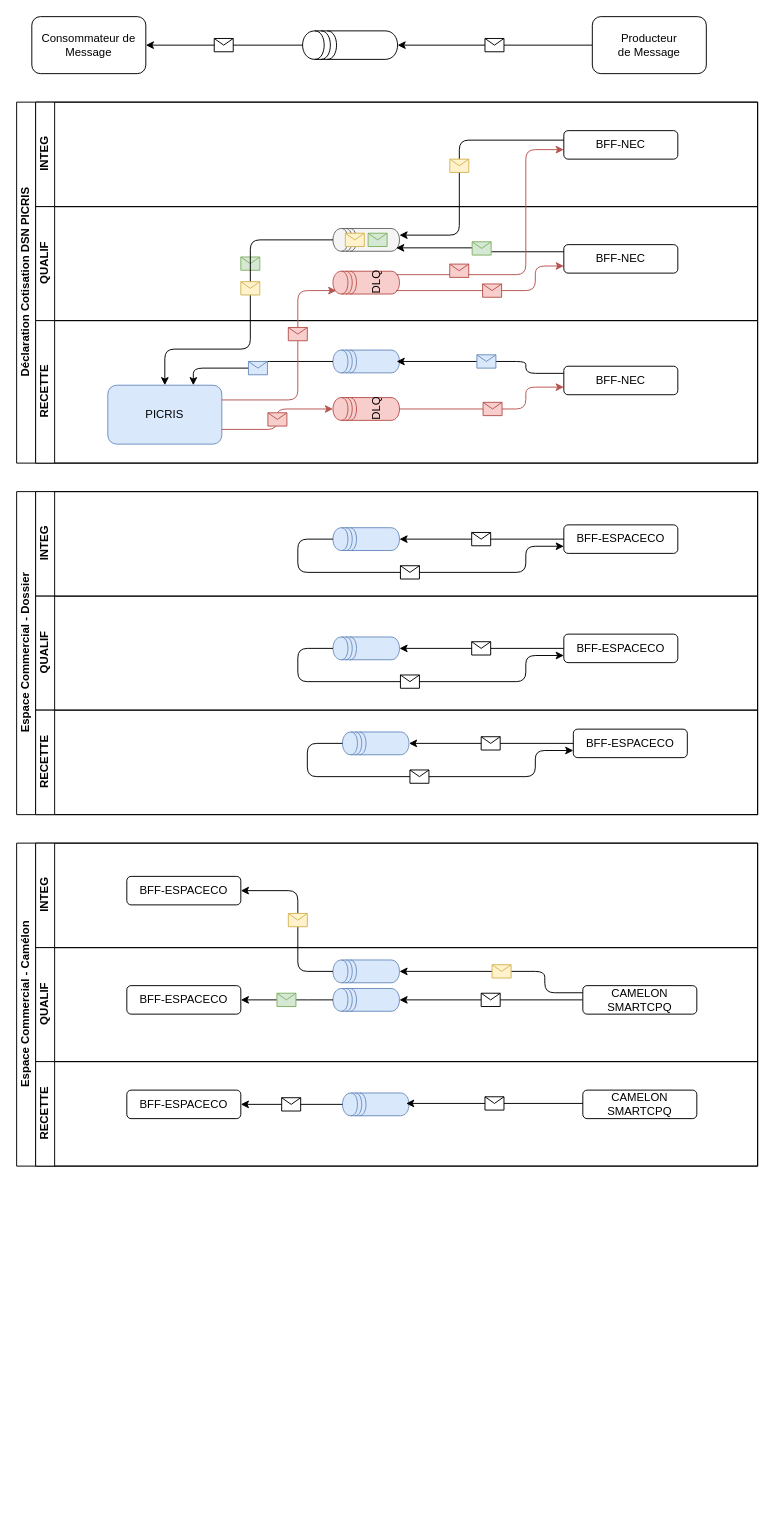
This is exemples-JMS.drawio from vdupain/draw.io, a draw.io file, before an edit. Source tidied: cells renumbered, new cells numbered last; positions are measured from the earlier drawing's top-left corner, leaving out a move shared by most shapes. Both pictures are drawn from the tidied source at 95%, with x=0, y=0 at pixel (16, -3). Pictures stored in the file or linked from it are replaced by grey dashed boxes.
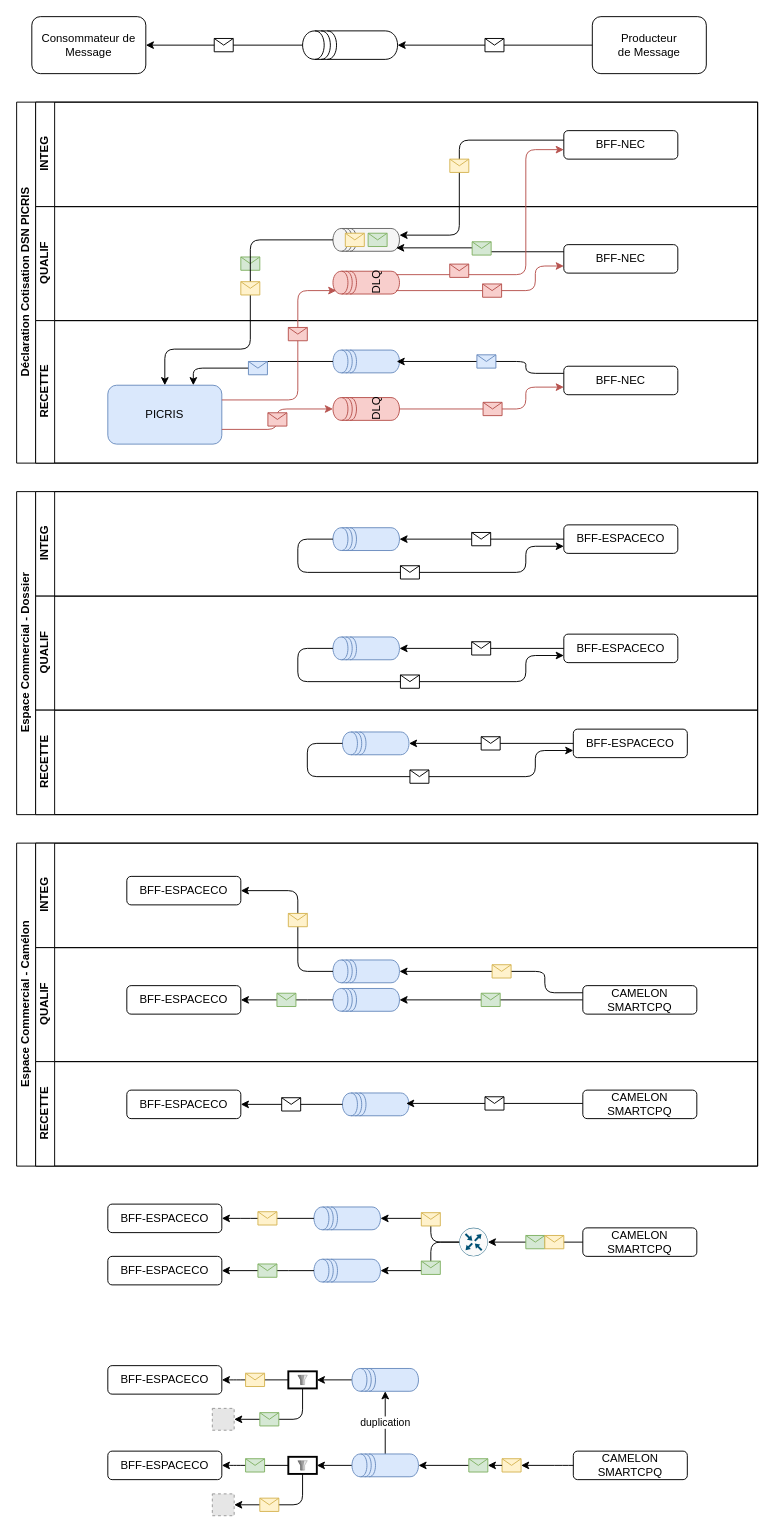
After the change.

The change refers to these unchanged cells:
```xml
<mxCell id="72" style="endArrow=classic;html=1;strokeColor=#000000;edgeStyle=orthogonalEdgeStyle;entryX=0.5;entryY=1;entryDx=0;entryDy=0;exitX=0;exitY=0.5;exitDx=0;exitDy=0;" parent="69" edge="1" source="74" target="71">
  <mxGeometry relative="1" as="geometry" />
</mxCell>
```

What changed in the source:
```diff
@@
-    <mxCell id="73" style="shape=message;html=1;" parent="72" vertex="1">
+    <mxCell id="73" style="shape=message;html=1;fillColor=#d5e8d4;strokeColor=#82b366;" parent="72" vertex="1">
       <mxGeometry width="20" height="14" relative="1" as="geometry">
         <mxPoint x="-10" y="-7" as="offset" />
       </mxGeometry>
     </mxCell>
@@
+    <mxCell id="90" value="BFF-ESPACECO" style="rounded=1;whiteSpace=wrap;html=1;" parent="1" vertex="1">
+      <mxGeometry x="96" y="1270" width="120" height="30" as="geometry" />
+    </mxCell>
+    <mxCell id="91" value="BFF-ESPACECO" style="rounded=1;whiteSpace=wrap;html=1;" parent="1" vertex="1">
+      <mxGeometry x="96" y="1325" width="120" height="30" as="geometry" />
+    </mxCell>
+    <mxCell id="92" style="shape=datastore;whiteSpace=wrap;html=1;rotation=-90;fillColor=#dae8fc;strokeColor=#6c8ebf;" parent="1" vertex="1">
+      <mxGeometry x="336" y="1305" width="24" height="70" as="geometry" />
+    </mxCell>
+    <mxCell id="93" style="endArrow=classic;html=1;strokeColor=#000000;edgeStyle=orthogonalEdgeStyle;entryX=0.5;entryY=1;entryDx=0;entryDy=0;exitX=0;exitY=0.5;exitDx=0;exitDy=0;" parent="1" edge="1" source="101" target="92">
+      <mxGeometry relative="1" as="geometry">
+        <Array as="points">
+          <mxPoint x="436" y="1310" />
+          <mxPoint x="436" y="1340" />
+        </Array>
+      </mxGeometry>
+    </mxCell>
+    <mxCell id="94" style="shape=message;html=1;fillColor=#d5e8d4;strokeColor=#82b366;" parent="93" vertex="1">
+      <mxGeometry width="20" height="14" relative="1" as="geometry">
+        <mxPoint x="-10" y="-7" as="offset" />
+      </mxGeometry>
+    </mxCell>
+    <mxCell id="95" value="CAMELON SMARTCPQ" style="rounded=1;whiteSpace=wrap;html=1;" parent="1" vertex="1">
+      <mxGeometry x="596" y="1295" width="120" height="30" as="geometry" />
+    </mxCell>
+    <mxCell id="96" style="endArrow=classic;html=1;strokeColor=#000000;edgeStyle=orthogonalEdgeStyle;entryX=1;entryY=0.5;entryDx=0;entryDy=0;exitX=0.5;exitY=0;exitDx=0;exitDy=0;" parent="1" edge="1" source="92" target="91">
+      <mxGeometry relative="1" as="geometry">
+        <Array as="points">
+          <mxPoint x="276" y="1340" />
+          <mxPoint x="276" y="1340" />
+        </Array>
+      </mxGeometry>
+    </mxCell>
+    <mxCell id="97" style="shape=message;html=1;fillColor=#d5e8d4;strokeColor=#82b366;" parent="96" vertex="1">
+      <mxGeometry width="20" height="14" relative="1" as="geometry">
+        <mxPoint x="-10" y="-7" as="offset" />
+      </mxGeometry>
+    </mxCell>
+    <mxCell id="98" style="shape=datastore;whiteSpace=wrap;html=1;rotation=-90;fillColor=#dae8fc;strokeColor=#6c8ebf;" parent="1" vertex="1">
+      <mxGeometry x="336" y="1250" width="24" height="70" as="geometry" />
+    </mxCell>
+    <mxCell id="99" style="endArrow=classic;html=1;strokeColor=#000000;edgeStyle=orthogonalEdgeStyle;entryX=1;entryY=0.5;entryDx=0;entryDy=0;exitX=0.5;exitY=0;exitDx=0;exitDy=0;" parent="1" edge="1" source="98" target="90">
+      <mxGeometry relative="1" as="geometry">
+        <Array as="points">
+          <mxPoint x="246" y="1285" />
+          <mxPoint x="246" y="1285" />
+        </Array>
+      </mxGeometry>
+    </mxCell>
+    <mxCell id="100" style="shape=message;html=1;fillColor=#fff2cc;strokeColor=#d6b656;" parent="99" vertex="1">
+      <mxGeometry width="20" height="14" relative="1" as="geometry">
+        <mxPoint x="-10" y="-7" as="offset" />
+      </mxGeometry>
+    </mxCell>
+    <mxCell id="101" style="points=[[0.5,0,0],[1,0.5,0],[0.5,1,0],[0,0.5,0],[0.145,0.145,0],[0.8555,0.145,0],[0.855,0.8555,0],[0.145,0.855,0]];verticalLabelPosition=bottom;html=1;verticalAlign=top;align=center;shape=mxgraph.cisco19.rect;prIcon=router;fillColor=#FAFAFA;strokeColor=#005073;" parent="1" vertex="1">
+      <mxGeometry x="466" y="1295" width="30" height="30" as="geometry" />
+    </mxCell>
+    <mxCell id="102" style="endArrow=classic;html=1;strokeColor=#000000;edgeStyle=orthogonalEdgeStyle;entryX=1;entryY=0.5;entryDx=0;entryDy=0;exitX=0;exitY=0.5;exitDx=0;exitDy=0;entryPerimeter=0;" parent="1" edge="1" source="95" target="101">
+      <mxGeometry relative="1" as="geometry" />
+    </mxCell>
+    <mxCell id="103" style="shape=message;html=1;fillColor=#d5e8d4;strokeColor=#82b366;" parent="102" vertex="1">
+      <mxGeometry width="20" height="14" relative="1" as="geometry">
+        <mxPoint x="-10" y="-7" as="offset" />
+      </mxGeometry>
+    </mxCell>
+    <mxCell id="104" style="shape=message;html=1;fillColor=#fff2cc;strokeColor=#d6b656;" parent="1" vertex="1">
+      <mxGeometry x="556" y="1303" width="20" height="14" as="geometry" />
+    </mxCell>
+    <mxCell id="105" style="endArrow=classic;html=1;strokeColor=#000000;edgeStyle=orthogonalEdgeStyle;entryX=0.5;entryY=1;entryDx=0;entryDy=0;exitX=0;exitY=0.5;exitDx=0;exitDy=0;exitPerimeter=0;" parent="1" edge="1" source="101" target="98">
+      <mxGeometry relative="1" as="geometry">
+        <Array as="points">
+          <mxPoint x="436" y="1310" />
+          <mxPoint x="436" y="1285" />
+        </Array>
+      </mxGeometry>
+    </mxCell>
+    <mxCell id="106" style="shape=message;html=1;fillColor=#fff2cc;strokeColor=#d6b656;" parent="105" vertex="1">
+      <mxGeometry width="20" height="14" relative="1" as="geometry">
+        <mxPoint x="-10" y="-7" as="offset" />
+      </mxGeometry>
+    </mxCell>
+    <mxCell id="107" value="BFF-ESPACECO" style="rounded=1;whiteSpace=wrap;html=1;" parent="1" vertex="1">
+      <mxGeometry x="96" y="1530" width="120" height="30" as="geometry" />
+    </mxCell>
+    <mxCell id="108" style="edgeStyle=orthogonalEdgeStyle;rounded=0;jettySize=auto;html=1;exitX=0.5;exitY=0;exitDx=0;exitDy=0;entryX=1;entryY=0.5;entryDx=0;entryDy=0;entryPerimeter=0;" parent="1" edge="1" source="110" target="117">
+      <mxGeometry relative="1" as="geometry" />
+    </mxCell>
+    <mxCell id="109" value="duplication" style="edgeStyle=orthogonalEdgeStyle;rounded=0;jettySize=auto;html=1;exitX=1;exitY=0.5;exitDx=0;exitDy=0;entryX=0;entryY=0.5;entryDx=0;entryDy=0;" parent="1" edge="1" source="110" target="125">
+      <mxGeometry relative="1" as="geometry" />
+    </mxCell>
+    <mxCell id="110" style="shape=datastore;whiteSpace=wrap;html=1;rotation=-90;fillColor=#dae8fc;strokeColor=#6c8ebf;" parent="1" vertex="1">
+      <mxGeometry x="376" y="1510" width="24" height="70" as="geometry" />
+    </mxCell>
+    <mxCell id="111" value="CAMELON SMARTCPQ" style="rounded=1;whiteSpace=wrap;html=1;" parent="1" vertex="1">
+      <mxGeometry x="586" y="1530" width="120" height="30" as="geometry" />
+    </mxCell>
+    <mxCell id="112" style="endArrow=classic;html=1;strokeColor=#000000;edgeStyle=orthogonalEdgeStyle;entryX=0.5;entryY=1;entryDx=0;entryDy=0;exitX=0;exitY=0.5;exitDx=0;exitDy=0;" parent="1" edge="1" source="115" target="110">
+      <mxGeometry relative="1" as="geometry" />
+    </mxCell>
+    <mxCell id="113" style="shape=message;html=1;outlineConnect=0;fillColor=#fff2cc;strokeColor=#d6b656;" parent="1" vertex="1">
+      <mxGeometry x="511" y="1538" width="20" height="14" as="geometry" />
+    </mxCell>
+    <mxCell id="114" style="endArrow=classic;html=1;strokeColor=#000000;edgeStyle=orthogonalEdgeStyle;entryX=1;entryY=0.5;entryDx=0;entryDy=0;" parent="1" edge="1" target="113">
+      <mxGeometry relative="1" as="geometry">
+        <mxPoint x="586" y="1545" as="sourcePoint" />
+        <Array as="points">
+          <mxPoint x="576" y="1545" />
+        </Array>
+      </mxGeometry>
+    </mxCell>
+    <mxCell id="115" style="shape=message;html=1;outlineConnect=0;fillColor=#d5e8d4;strokeColor=#82b366;" parent="1" vertex="1">
+      <mxGeometry x="476" y="1538" width="20" height="14" as="geometry" />
+    </mxCell>
+    <mxCell id="116" style="endArrow=classic;html=1;strokeColor=#000000;edgeStyle=orthogonalEdgeStyle;entryX=1;entryY=0.5;entryDx=0;entryDy=0;exitX=0;exitY=0.5;exitDx=0;exitDy=0;" parent="1" edge="1" source="113" target="115">
+      <mxGeometry relative="1" as="geometry" />
+    </mxCell>
+    <mxCell id="117" style="strokeWidth=2;outlineConnect=0;dashed=0;align=center;fontSize=8;verticalLabelPosition=bottom;verticalAlign=top;shape=mxgraph.eip.message_filter;fillColor=#FFFFFF;" parent="1" vertex="1">
+      <mxGeometry x="286" y="1536" width="30" height="18" as="geometry" />
+    </mxCell>
+    <mxCell id="118" style="endArrow=classic;html=1;strokeColor=#000000;edgeStyle=orthogonalEdgeStyle;entryX=1;entryY=0.5;entryDx=0;entryDy=0;exitX=0;exitY=0.5;exitDx=0;exitDy=0;exitPerimeter=0;" parent="1" edge="1" source="117" target="107">
+      <mxGeometry relative="1" as="geometry">
+        <Array as="points">
+          <mxPoint x="226" y="1545" />
+          <mxPoint x="226" y="1545" />
+        </Array>
+      </mxGeometry>
+    </mxCell>
+    <mxCell id="119" style="shape=message;html=1;fillColor=#d5e8d4;strokeColor=#82b366;" parent="118" vertex="1">
+      <mxGeometry width="20" height="14" relative="1" as="geometry">
+        <mxPoint x="-10" y="-7" as="offset" />
+      </mxGeometry>
+    </mxCell>
+    <mxCell id="120" style="fillColor=#E6E6E6;strokeColor=#999999;dashed=1;html=1;verticalAlign=top;verticalLabelPosition=bottom;labelBackgroundColor=#ffffff;" parent="1" vertex="1">
+      <mxGeometry x="206" y="1575" width="23" height="23" as="geometry" />
+    </mxCell>
+    <mxCell id="121" style="endArrow=classic;html=1;strokeColor=#000000;edgeStyle=orthogonalEdgeStyle;exitX=0.5;exitY=1;exitDx=0;exitDy=0;exitPerimeter=0;entryX=1;entryY=0.5;entryDx=0;entryDy=0;" parent="1" edge="1" source="117" target="120">
+      <mxGeometry relative="1" as="geometry">
+        <Array as="points">
+          <mxPoint x="301" y="1587" />
+        </Array>
+      </mxGeometry>
+    </mxCell>
+    <mxCell id="122" style="shape=message;html=1;fillColor=#fff2cc;strokeColor=#d6b656;" parent="121" vertex="1">
+      <mxGeometry width="20" height="14" relative="1" as="geometry">
+        <mxPoint x="-25.5" y="-7" as="offset" />
+      </mxGeometry>
+    </mxCell>
+    <mxCell id="123" value="BFF-ESPACECO" style="rounded=1;whiteSpace=wrap;html=1;" parent="1" vertex="1">
+      <mxGeometry x="96" y="1440" width="120" height="30" as="geometry" />
+    </mxCell>
+    <mxCell id="124" style="edgeStyle=orthogonalEdgeStyle;rounded=0;jettySize=auto;html=1;exitX=0.5;exitY=0;exitDx=0;exitDy=0;entryX=1;entryY=0.5;entryDx=0;entryDy=0;entryPerimeter=0;" parent="1" edge="1" source="125" target="126">
+      <mxGeometry relative="1" as="geometry" />
+    </mxCell>
+    <mxCell id="125" style="shape=datastore;whiteSpace=wrap;html=1;rotation=-90;fillColor=#dae8fc;strokeColor=#6c8ebf;" parent="1" vertex="1">
+      <mxGeometry x="376" y="1420" width="24" height="70" as="geometry" />
+    </mxCell>
+    <mxCell id="126" style="strokeWidth=2;outlineConnect=0;dashed=0;align=center;fontSize=8;verticalLabelPosition=bottom;verticalAlign=top;shape=mxgraph.eip.message_filter;fillColor=#FFFFFF;" parent="1" vertex="1">
+      <mxGeometry x="286" y="1446" width="30" height="18" as="geometry" />
+    </mxCell>
+    <mxCell id="127" style="endArrow=classic;html=1;strokeColor=#000000;edgeStyle=orthogonalEdgeStyle;entryX=1;entryY=0.5;entryDx=0;entryDy=0;exitX=0;exitY=0.5;exitDx=0;exitDy=0;exitPerimeter=0;" parent="1" edge="1" source="126" target="123">
+      <mxGeometry relative="1" as="geometry">
+        <Array as="points">
+          <mxPoint x="226" y="1455" />
+          <mxPoint x="226" y="1455" />
+        </Array>
+      </mxGeometry>
+    </mxCell>
+    <mxCell id="128" style="shape=message;html=1;fillColor=#fff2cc;strokeColor=#d6b656;" parent="127" vertex="1">
+      <mxGeometry width="20" height="14" relative="1" as="geometry">
+        <mxPoint x="-10" y="-7" as="offset" />
+      </mxGeometry>
+    </mxCell>
+    <mxCell id="129" style="fillColor=#E6E6E6;strokeColor=#999999;dashed=1;html=1;verticalAlign=top;verticalLabelPosition=bottom;labelBackgroundColor=#ffffff;" parent="1" vertex="1">
+      <mxGeometry x="206" y="1485" width="23" height="23" as="geometry" />
+    </mxCell>
+    <mxCell id="130" style="endArrow=classic;html=1;strokeColor=#000000;edgeStyle=orthogonalEdgeStyle;exitX=0.5;exitY=1;exitDx=0;exitDy=0;exitPerimeter=0;entryX=1;entryY=0.5;entryDx=0;entryDy=0;" parent="1" edge="1" source="126" target="129">
+      <mxGeometry relative="1" as="geometry">
+        <Array as="points">
+          <mxPoint x="301" y="1497" />
+        </Array>
+      </mxGeometry>
+    </mxCell>
+    <mxCell id="131" style="shape=message;html=1;fillColor=#d5e8d4;strokeColor=#82b366;" parent="130" vertex="1">
+      <mxGeometry width="20" height="14" relative="1" as="geometry">
+        <mxPoint x="-25.5" y="-7" as="offset" />
+      </mxGeometry>
+    </mxCell>
```
